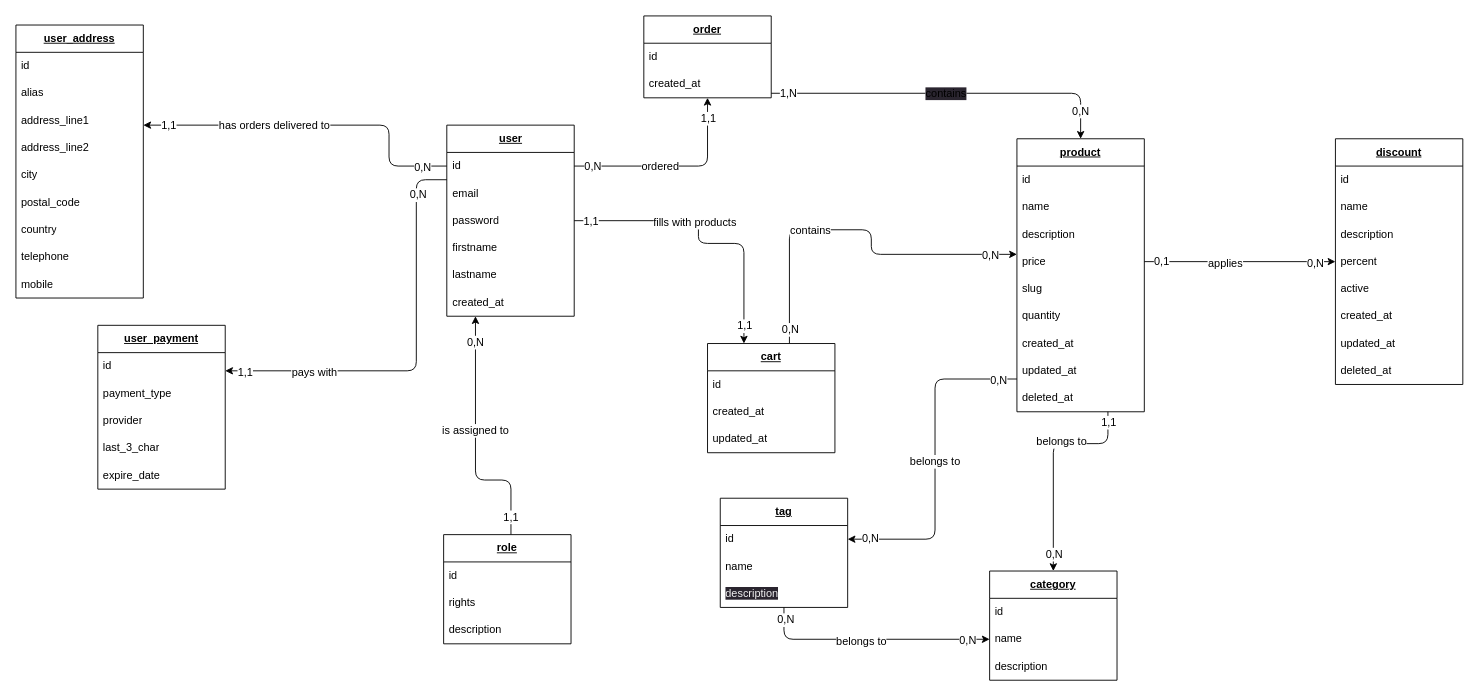
Before: mcd.drawio in felix-hauger/boutique-en-ligne, a draw.io diagram. Source tidied: cells renumbered, new cells numbered last; positions are measured from the earlier drawing's top-left corner, leaving out a move shared by most shapes. Both pictures are drawn from the tidied source at 91%, with x=0, y=0 at pixel (15, 15).
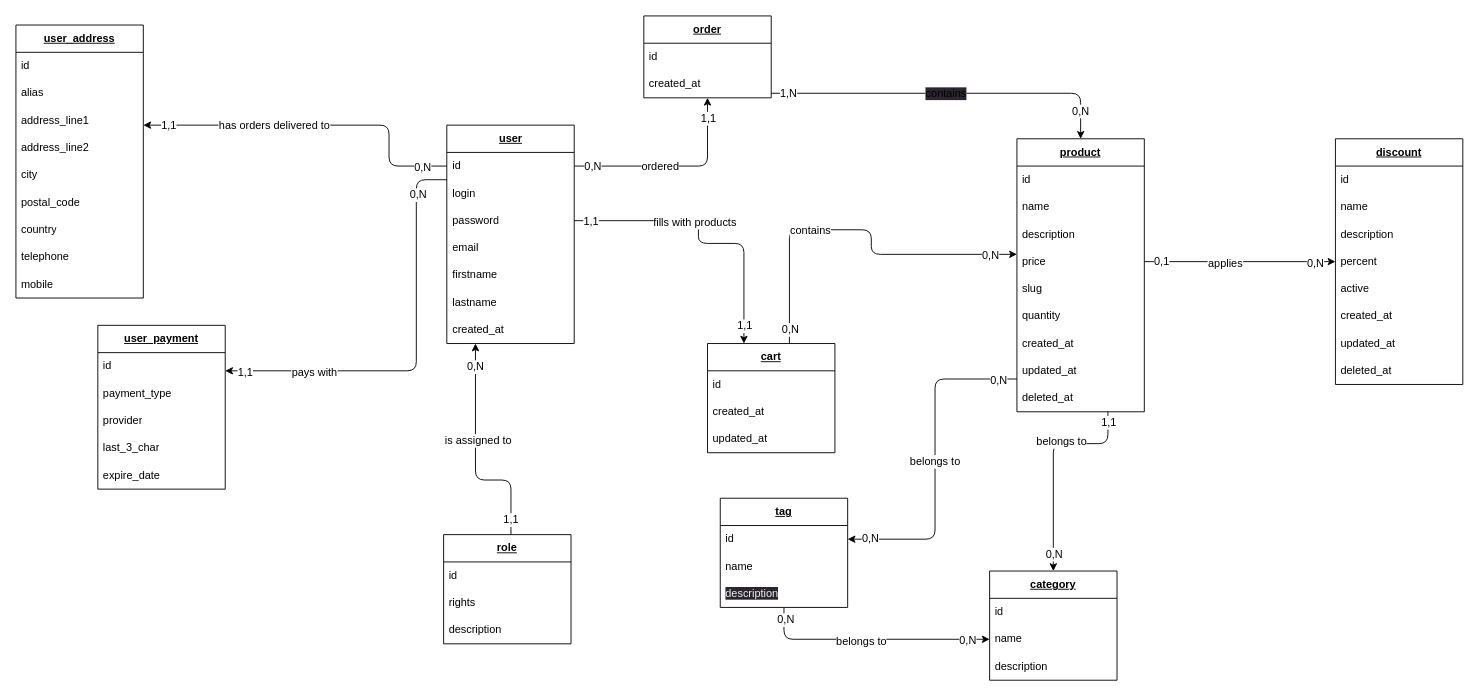
The same page after the edit.

Commit message (it also covers changes not shown here):
MCD, MLD, MPD - added login field to log user with password

What changed in the source:
```diff
@@
     <mxCell id="10" value="&lt;b&gt;&lt;u&gt;user&lt;/u&gt;&lt;/b&gt;" style="swimlane;fontStyle=0;horizontal=1;startSize=30;whiteSpace=wrap;html=1;" parent="1" vertex="1">
-      <mxGeometry x="473.5" y="120" width="140" height="210" as="geometry" />
+      <mxGeometry x="473.5" y="120" width="140" height="240" as="geometry" />
     </mxCell>
@@
+    <mxCell id="110" value="login" style="text;strokeColor=none;fillColor=none;align=left;verticalAlign=middle;spacingLeft=4;spacingRight=4;overflow=hidden;whiteSpace=wrap;html=1;" parent="10" vertex="1">
+      <mxGeometry y="60" width="140" height="30" as="geometry" />
+    </mxCell>
+    <mxCell id="13" value="password" style="text;strokeColor=none;fillColor=none;align=left;verticalAlign=middle;spacingLeft=4;spacingRight=4;overflow=hidden;whiteSpace=wrap;html=1;" parent="10" vertex="1">
+      <mxGeometry y="90" width="140" height="30" as="geometry" />
+    </mxCell>
     <mxCell id="12" value="email" style="text;strokeColor=none;fillColor=none;align=left;verticalAlign=middle;spacingLeft=4;spacingRight=4;overflow=hidden;whiteSpace=wrap;html=1;" parent="10" vertex="1">
-      <mxGeometry y="60" width="140" height="30" as="geometry" />
+      <mxGeometry y="120" width="140" height="30" as="geometry" />
     </mxCell>
-    <mxCell id="13" value="password" style="text;strokeColor=none;fillColor=none;align=left;verticalAlign=middle;spacingLeft=4;spacingRight=4;overflow=hidden;whiteSpace=wrap;html=1;" parent="10" vertex="1">
-      <mxGeometry y="90" width="140" height="30" as="geometry" />
-    </mxCell>
     <mxCell id="14" value="firstname" style="text;strokeColor=none;fillColor=none;align=left;verticalAlign=middle;spacingLeft=4;spacingRight=4;overflow=hidden;whiteSpace=wrap;html=1;" parent="10" vertex="1">
-      <mxGeometry y="120" width="140" height="30" as="geometry" />
+      <mxGeometry y="150" width="140" height="30" as="geometry" />
     </mxCell>
     <mxCell id="15" value="lastname" style="text;strokeColor=none;fillColor=none;align=left;verticalAlign=middle;spacingLeft=4;spacingRight=4;overflow=hidden;whiteSpace=wrap;html=1;" parent="10" vertex="1">
-      <mxGeometry y="150" width="140" height="30" as="geometry" />
+      <mxGeometry y="180" width="140" height="30" as="geometry" />
     </mxCell>
     <mxCell id="16" value="created_at" style="text;strokeColor=none;fillColor=none;align=left;verticalAlign=middle;spacingLeft=4;spacingRight=4;overflow=hidden;whiteSpace=wrap;html=1;" parent="10" vertex="1">
-      <mxGeometry y="180" width="140" height="30" as="geometry" />
+      <mxGeometry y="210" width="140" height="30" as="geometry" />
     </mxCell>
```
